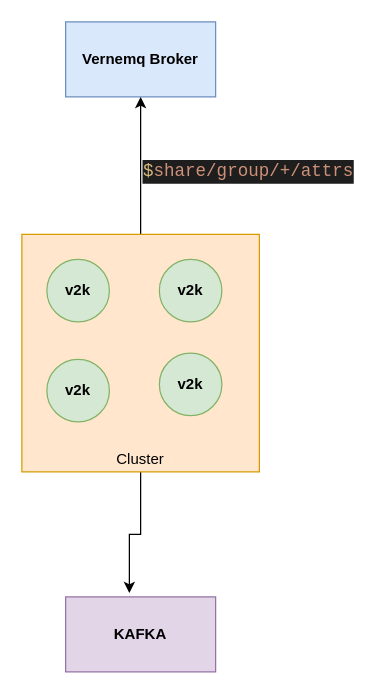
Above: connector/mqtt/vernemq/v2k-brigde/doc/diagrams/bridge.drawio in dojot/dojot (draw.io), before the change. Source tidied: cells renumbered, new cells numbered last; positions are measured from the earlier drawing's top-left corner, leaving out a move shared by most shapes. Both pictures are drawn from the tidied source at 125%, with x=0, y=0 at pixel (21, 21).
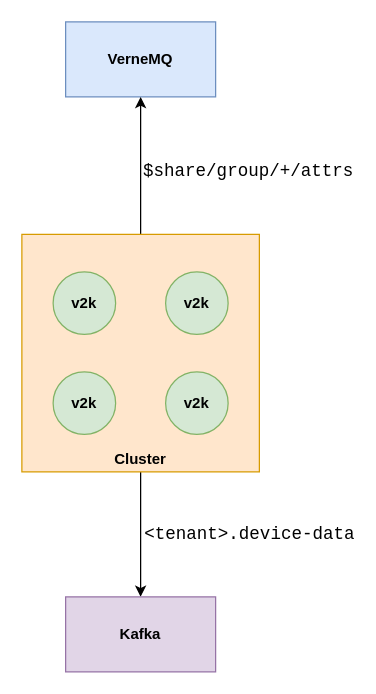
After the change.

Commit message (it also covers changes not shown here):
Enhance V2K diagram

Diff of the diagram source:
```diff
@@
 <mxGraphModel>
   <root>
     <mxCell id="0" />
     <mxCell id="1" parent="0" />
-    <mxCell id="2" value="&lt;b&gt;Vernemq Broker&lt;/b&gt;" style="rounded=0;whiteSpace=wrap;html=1;fillColor=#dae8fc;strokeColor=#6c8ebf;" parent="1" vertex="1">
+    <mxCell id="2" value="&lt;b&gt;VerneMQ&lt;br&gt;&lt;/b&gt;" style="rounded=0;whiteSpace=wrap;html=1;fillColor=#dae8fc;strokeColor=#6c8ebf;" parent="1" vertex="1">
       <mxGeometry x="35" width="120" height="60" as="geometry" />
     </mxCell>
     <mxCell id="3" style="edgeStyle=orthogonalEdgeStyle;rounded=0;jettySize=auto;html=1;exitX=0.5;exitY=0;exitDx=0;exitDy=0;entryX=0.5;entryY=1;entryDx=0;entryDy=0;" parent="1" edge="1" source="5" target="2">
       <mxGeometry relative="1" as="geometry" />
     </mxCell>
-    <mxCell id="4" style="edgeStyle=orthogonalEdgeStyle;rounded=0;jettySize=auto;html=1;entryX=0.425;entryY=-0.05;entryDx=0;entryDy=0;entryPerimeter=0;" parent="1" edge="1" source="5" target="12">
+    <mxCell id="4" style="edgeStyle=orthogonalEdgeStyle;rounded=0;jettySize=auto;html=1;entryX=0.5;entryY=0;entryDx=0;entryDy=0;fontColor=#000000;" parent="1" edge="1" source="5" target="12">
       <mxGeometry relative="1" as="geometry" />
     </mxCell>
     <mxCell id="5" style="whiteSpace=wrap;html=1;fillColor=#ffe6cc;strokeColor=#d79b00;" parent="1" vertex="1">
       <mxGeometry y="170" width="190" height="190" as="geometry" />
     </mxCell>
     <mxCell id="6" value="&lt;b&gt;v2k&lt;/b&gt;" style="ellipse;whiteSpace=wrap;html=1;fillColor=#d5e8d4;strokeColor=#82b366;" parent="1" vertex="1">
-      <mxGeometry x="20" y="190" width="50" height="50" as="geometry" />
+      <mxGeometry x="25" y="200" width="50" height="50" as="geometry" />
     </mxCell>
     <mxCell id="7" value="&lt;b&gt;v2k&lt;/b&gt;" style="ellipse;whiteSpace=wrap;html=1;fillColor=#d5e8d4;strokeColor=#82b366;" parent="1" vertex="1">
-      <mxGeometry x="110" y="190" width="50" height="50" as="geometry" />
+      <mxGeometry x="115" y="200" width="50" height="50" as="geometry" />
     </mxCell>
     <mxCell id="8" value="&lt;b&gt;v2k&lt;/b&gt;" style="ellipse;whiteSpace=wrap;html=1;fillColor=#d5e8d4;strokeColor=#82b366;" parent="1" vertex="1">
-      <mxGeometry x="20" y="270" width="50" height="50" as="geometry" />
+      <mxGeometry x="25" y="280" width="50" height="50" as="geometry" />
     </mxCell>
     <mxCell id="9" value="&lt;b&gt;v2k&lt;/b&gt;" style="ellipse;whiteSpace=wrap;html=1;fillColor=#d5e8d4;strokeColor=#82b366;" parent="1" vertex="1">
-      <mxGeometry x="110" y="265" width="50" height="50" as="geometry" />
+      <mxGeometry x="115" y="280" width="50" height="50" as="geometry" />
     </mxCell>
-    <mxCell id="10" value="Cluster" style="text;html=1;strokeColor=none;fillColor=none;align=center;verticalAlign=middle;whiteSpace=wrap;rounded=0;" parent="1" vertex="1">
+    <mxCell id="10" value="Cluster" style="text;html=1;strokeColor=none;fillColor=none;align=center;verticalAlign=middle;whiteSpace=wrap;rounded=0;fontStyle=1;" parent="1" vertex="1">
       <mxGeometry x="75" y="340" width="40" height="20" as="geometry" />
     </mxCell>
-    <mxCell id="11" value="&lt;div style=&quot;color: rgb(212 , 212 , 212) ; background-color: rgb(30 , 30 , 30) ; font-family: &amp;#34;droid sans mono&amp;#34; , monospace , monospace , &amp;#34;droid sans fallback&amp;#34; ; font-size: 14px ; line-height: 19px ; white-space: pre&quot;&gt;&lt;span style=&quot;color: #d7ba7d&quot;&gt;$&lt;/span&gt;&lt;span style=&quot;color: #ce9178&quot;&gt;share/group/+/attrs&lt;/span&gt;&lt;/div&gt;" style="text;html=1;strokeColor=none;fillColor=none;align=center;verticalAlign=middle;whiteSpace=wrap;rounded=0;" parent="1" vertex="1">
+    <mxCell id="11" value="&lt;div style=&quot;font-family: &amp;quot;droid sans mono&amp;quot;, monospace, monospace, &amp;quot;droid sans fallback&amp;quot;; font-size: 14px; line-height: 19px; white-space: pre;&quot;&gt;&lt;span style=&quot;&quot;&gt;$&lt;/span&gt;&lt;span style=&quot;&quot;&gt;share/group/+/attrs&lt;/span&gt;&lt;/div&gt;" style="text;html=1;strokeColor=none;fillColor=none;align=center;verticalAlign=middle;whiteSpace=wrap;rounded=0;labelBackgroundColor=none;fontColor=#000000;" parent="1" vertex="1">
       <mxGeometry x="103" y="110" width="157" height="20" as="geometry" />
     </mxCell>
-    <mxCell id="12" value="&lt;b&gt;KAFKA&lt;/b&gt;" style="rounded=0;whiteSpace=wrap;html=1;fillColor=#e1d5e7;strokeColor=#9673a6;" parent="1" vertex="1">
+    <mxCell id="12" value="&lt;b&gt;Kafka&lt;/b&gt;" style="rounded=0;whiteSpace=wrap;html=1;fillColor=#e1d5e7;strokeColor=#9673a6;" parent="1" vertex="1">
       <mxGeometry x="35" y="460" width="120" height="60" as="geometry" />
     </mxCell>
+    <mxCell id="13" value="&lt;div style=&quot;font-family: &amp;#34;droid sans mono&amp;#34; , monospace , monospace , &amp;#34;droid sans fallback&amp;#34; ; font-size: 14px ; line-height: 19px ; white-space: pre&quot;&gt;&amp;lt;tenant&amp;gt;.device-data&lt;/div&gt;" style="text;html=1;strokeColor=none;fillColor=none;align=center;verticalAlign=middle;whiteSpace=wrap;rounded=0;labelBackgroundColor=none;fontColor=#000000;" parent="1" vertex="1">
+      <mxGeometry x="104" y="400" width="157" height="20" as="geometry" />
+    </mxCell>
   </root>
 </mxGraphModel>
```
